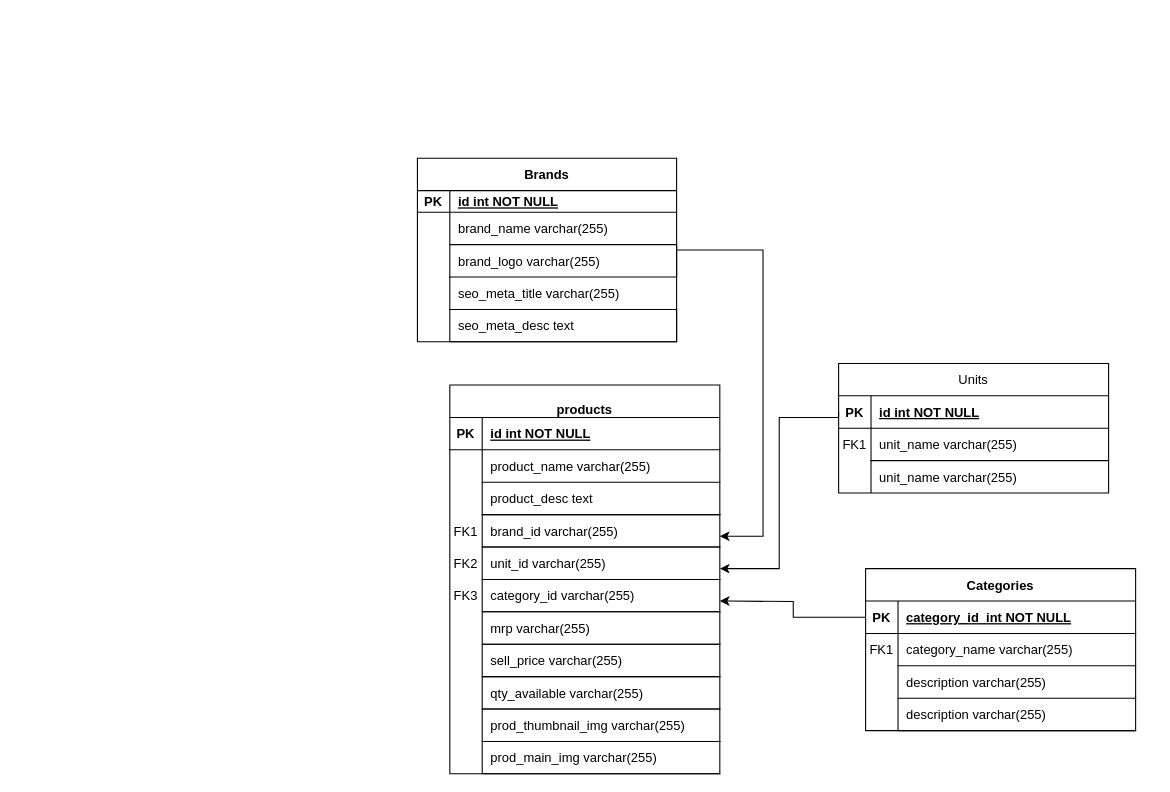
Before: database/migrations/Untitled Diagram.drawio in namanbairagi3/electro, a draw.io diagram. Source tidied: cells renumbered, new cells numbered last; positions are measured from the earlier drawing's top-left corner, leaving out a move shared by most shapes. Both pictures are drawn from the tidied source at 108%, with x=0, y=0 at pixel (417, 158).
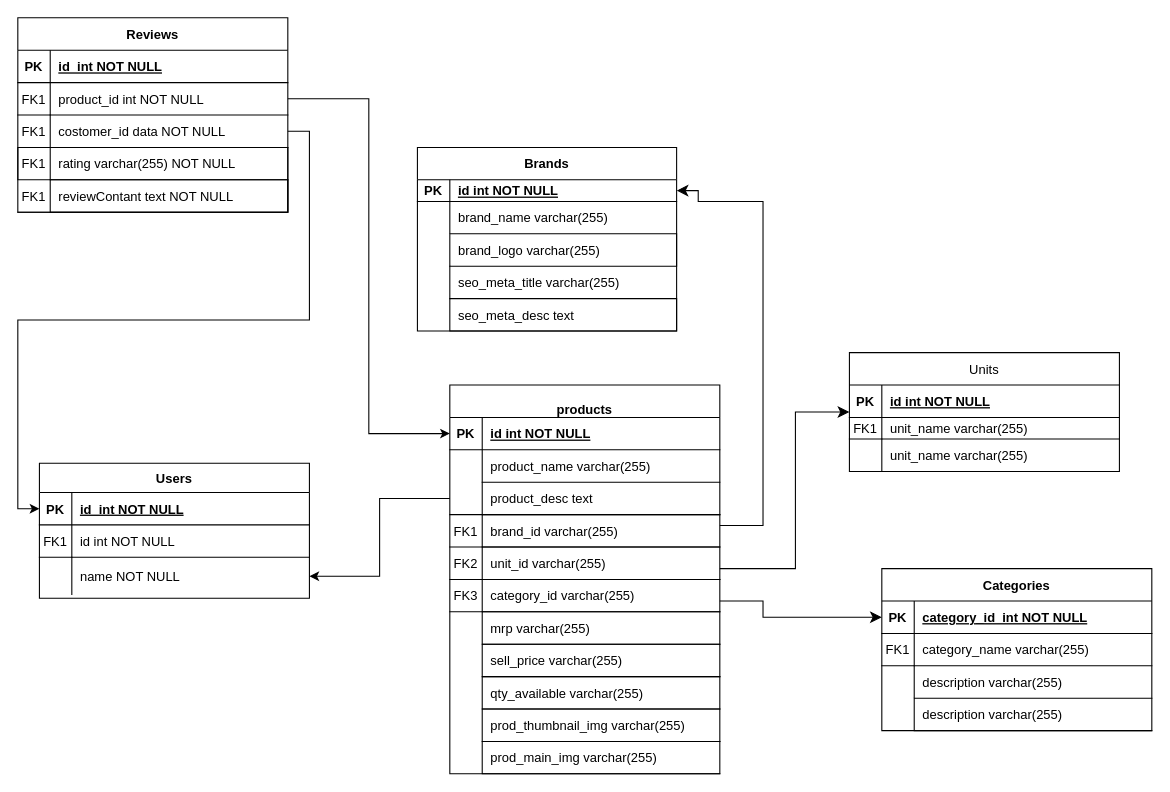
After the change.

Unchanged cells that the change refers to:
```xml
<mxCell id="3" style="shape=partialRectangle;fillColor=none;points=[[0,0.5],[1,0.5]];portConstraint=eastwest;top=0;left=0;right=0;bottom=1;" parent="2" vertex="1">
  <mxGeometry y="30" width="250" height="30" as="geometry" />
</mxCell>
<mxCell id="14" style="shape=partialRectangle;fillColor=none;points=[[0,0.5],[1,0.5]];portConstraint=eastwest;top=0;left=0;right=0;bottom=1;" parent="13" vertex="1">
  <mxGeometry y="30" width="240" height="20" as="geometry" />
</mxCell>
<mxCell id="21" style="shape=partialRectangle;fillColor=none;points=[[0,0.5],[1,0.5]];portConstraint=eastwest;top=0;left=0;right=0;bottom=1;" parent="20" vertex="1">
  <mxGeometry y="30" width="250" height="30" as="geometry" />
</mxCell>
<mxCell id="27" style="shape=partialRectangle;fillColor=none;points=[[0,0.5],[1,0.5]];portConstraint=eastwest;top=0;left=0;right=0;bottom=0;" parent="20" vertex="1">
  <mxGeometry y="90" width="250" height="30" as="geometry" />
</mxCell>
<mxCell id="43" style="shape=partialRectangle;fillColor=none;points=[[0,0.5],[1,0.5]];portConstraint=eastwest;top=0;left=0;right=0;bottom=1;" parent="42" vertex="1">
  <mxGeometry y="30" width="250" height="30" as="geometry" />
</mxCell>
<mxCell id="46" style="shape=partialRectangle;fillColor=none;top=0;left=0;right=0;bottom=0;" parent="42" vertex="1">
  <mxGeometry y="60" width="250" height="30" as="geometry" />
</mxCell>
```

Diff of the diagram source:
```diff
@@
     <mxCell id="2" value="Units" style="shape=table;startSize=30;childLayout=tableLayout;rowLines=0;fontStyle=0;align=center;" parent="1" vertex="1">
-      <mxGeometry x="390" y="190" width="250" height="120" as="geometry" />
+      <mxGeometry x="400" y="180" width="250" height="110" as="geometry" />
     </mxCell>
@@
     <mxCell id="6" style="shape=partialRectangle;fillColor=none;top=0;left=0;right=0;bottom=0;" parent="2" vertex="1">
-      <mxGeometry y="60" width="250" height="30" as="geometry" />
+      <mxGeometry y="60" width="250" height="20" as="geometry" />
     </mxCell>
-    <mxCell id="7" value="FK1" style="shape=partialRectangle;overflow=hidden;fillColor=none;top=0;left=0;bottom=0;right=0;" parent="6" vertex="1">
-      <mxGeometry width="30" height="30" as="geometry" />
+    <mxCell id="7" value="FK1" style="shape=partialRectangle;overflow=hidden;fillColor=none;top=0;left=0;bottom=1;right=0;" parent="6" vertex="1">
+      <mxGeometry width="30" height="20" as="geometry" />
     </mxCell>
     <mxCell id="8" value="unit_name varchar(255)" style="shape=partialRectangle;overflow=hidden;fillColor=none;top=0;left=0;bottom=0;right=0;align=left;spacingLeft=6;" parent="6" vertex="1">
-      <mxGeometry x="30" width="220" height="30" as="geometry" />
+      <mxGeometry x="30" width="220" height="20" as="geometry" />
     </mxCell>
     <mxCell id="9" style="shape=partialRectangle;fillColor=none;top=0;left=0;right=0;bottom=0;" parent="2" vertex="1">
-      <mxGeometry y="90" width="250" height="30" as="geometry" />
+      <mxGeometry y="80" width="250" height="30" as="geometry" />
     </mxCell>
@@
-    <mxCell id="12" style="edgeStyle=orthogonalEdgeStyle;rounded=0;jettySize=auto;html=1;" parent="1" edge="1" source="13">
-      <mxGeometry relative="1" as="geometry">
-        <mxPoint x="280" y="350" as="targetPoint" />
-        <Array as="points">
-          <mxPoint x="320" y="85" />
-          <mxPoint x="320" y="350" />
-        </Array>
-      </mxGeometry>
-    </mxCell>
     <mxCell id="13" value="Brands" style="shape=table;startSize=30;childLayout=tableLayout;rowLines=0;fontStyle=1;align=center;" parent="1" vertex="1">
-      <mxGeometry width="240" height="170" as="geometry" />
+      <mxGeometry y="-10" width="240" height="170" as="geometry" />
     </mxCell>
@@
     <mxCell id="30" value="brand_logo varchar(255)" style="shape=partialRectangle;overflow=hidden;fillColor=none;top=1;left=1;bottom=1;right=1;align=left;spacingLeft=6;" parent="1" vertex="1">
-      <mxGeometry x="30" y="80" width="210" height="30" as="geometry" />
+      <mxGeometry x="30" y="70" width="210" height="30" as="geometry" />
     </mxCell>
     <mxCell id="31" value="seo_meta_title varchar(255)" style="shape=partialRectangle;overflow=hidden;fillColor=none;top=0;left=1;bottom=0;right=0;align=left;spacingLeft=6;" parent="1" vertex="1">
-      <mxGeometry x="30" y="110" width="210" height="30" as="geometry" />
+      <mxGeometry x="30" y="100" width="210" height="30" as="geometry" />
     </mxCell>
     <mxCell id="32" value="seo_meta_desc text" style="shape=partialRectangle;overflow=hidden;fillColor=none;top=1;left=1;bottom=1;right=1;align=left;spacingLeft=6;" parent="1" vertex="1">
-      <mxGeometry x="30" y="140" width="210" height="30" as="geometry" />
+      <mxGeometry x="30" y="130" width="210" height="30" as="geometry" />
     </mxCell>
@@
-    <mxCell id="41" style="edgeStyle=orthogonalEdgeStyle;rounded=0;jettySize=auto;html=1;exitX=0;exitY=0.5;exitDx=0;exitDy=0;" parent="1" edge="1" source="43">
-      <mxGeometry relative="1" as="geometry">
-        <mxPoint x="280" y="410" as="targetPoint" />
-      </mxGeometry>
-    </mxCell>
+    <mxCell id="53" value="FK1" style="shape=partialRectangle;overflow=hidden;fillColor=none;top=1;left=0;bottom=1;right=0;" parent="1" vertex="1">
+      <mxGeometry x="30" y="330" width="30" height="30" as="geometry" />
+    </mxCell>
+    <mxCell id="54" value="FK2" style="shape=partialRectangle;overflow=hidden;fillColor=none;top=0;left=0;bottom=1;right=0;" parent="1" vertex="1">
+      <mxGeometry x="30" y="360" width="30" height="30" as="geometry" />
+    </mxCell>
+    <mxCell id="55" value="FK3" style="shape=partialRectangle;overflow=hidden;fillColor=none;top=0;left=0;bottom=1;right=0;" parent="1" vertex="1">
+      <mxGeometry x="30" y="390" width="30" height="30" as="geometry" />
+    </mxCell>
+    <mxCell id="57" style="edgeStyle=segmentEdgeStyle;endArrow=classic;html=1;curved=0;rounded=0;endSize=8;startSize=8;sourcePerimeterSpacing=0;targetPerimeterSpacing=0;" parent="1" edge="1" target="3">
+      <mxGeometry relative="1" as="geometry">
+        <mxPoint x="280" y="380" as="sourcePoint" />
+        <Array as="points">
+          <mxPoint x="350" y="380" />
+          <mxPoint x="350" y="235" />
+        </Array>
+      </mxGeometry>
+    </mxCell>
+    <mxCell id="58" style="edgeStyle=segmentEdgeStyle;endArrow=classic;html=1;curved=0;rounded=0;endSize=8;startSize=8;sourcePerimeterSpacing=0;targetPerimeterSpacing=0;entryX=0;entryY=0.5;entryDx=0;entryDy=0;" parent="1" edge="1" target="43">
+      <mxGeometry relative="1" as="geometry">
+        <mxPoint x="280" y="410" as="sourcePoint" />
+        <Array as="points">
+          <mxPoint x="320" y="410" />
+          <mxPoint x="320" y="425" />
+        </Array>
+      </mxGeometry>
+    </mxCell>
+    <mxCell id="59" style="edgeStyle=segmentEdgeStyle;endArrow=classic;html=1;curved=0;rounded=0;endSize=8;startSize=8;sourcePerimeterSpacing=0;targetPerimeterSpacing=0;entryX=1;entryY=0.5;entryDx=0;entryDy=0;" parent="1" edge="1" target="14">
+      <mxGeometry relative="1" as="geometry">
+        <mxPoint x="280" y="340" as="sourcePoint" />
+        <Array as="points">
+          <mxPoint x="320" y="340" />
+          <mxPoint x="320" y="40" />
+          <mxPoint x="260" y="40" />
+          <mxPoint x="260" y="30" />
+        </Array>
+      </mxGeometry>
+    </mxCell>
+    <mxCell id="60" value="Users" style="shape=table;startSize=27;childLayout=tableLayout;rowLines=0;fontStyle=1;align=center;" parent="1" vertex="1">
+      <mxGeometry x="-350" y="282.5" width="250" height="125" as="geometry" />
+    </mxCell>
+    <mxCell id="61" style="shape=partialRectangle;fillColor=none;points=[[0,0.5],[1,0.5]];portConstraint=eastwest;top=0;left=0;right=0;bottom=1;" parent="60" vertex="1">
+      <mxGeometry y="27" width="250" height="30" as="geometry" />
+    </mxCell>
+    <mxCell id="62" value="PK" style="shape=partialRectangle;overflow=hidden;fillColor=none;top=0;left=0;bottom=0;right=0;fontStyle=1;" parent="61" vertex="1">
+      <mxGeometry width="30" height="30" as="geometry" />
+    </mxCell>
+    <mxCell id="63" value="id  int NOT NULL " style="shape=partialRectangle;overflow=hidden;fillColor=none;top=0;left=0;bottom=0;right=0;align=left;spacingLeft=6;fontStyle=5;" parent="61" vertex="1">
+      <mxGeometry x="30" width="220" height="30" as="geometry" />
+    </mxCell>
+    <mxCell id="64" style="shape=partialRectangle;fillColor=none;top=0;left=0;right=0;bottom=0;" parent="60" vertex="1">
+      <mxGeometry y="57" width="250" height="30" as="geometry" />
+    </mxCell>
+    <mxCell id="65" value="FK1" style="shape=partialRectangle;overflow=hidden;fillColor=none;top=0;left=0;bottom=1;right=0;" parent="64" vertex="1">
+      <mxGeometry width="30" height="30" as="geometry" />
+    </mxCell>
+    <mxCell id="66" value="id int NOT NULL" style="shape=partialRectangle;overflow=hidden;fillColor=none;top=0;left=0;bottom=0;right=0;align=left;spacingLeft=6;" parent="64" vertex="1">
+      <mxGeometry x="30" width="220" height="30" as="geometry" />
+    </mxCell>
+    <mxCell id="67" style="shape=partialRectangle;fillColor=none;points=[[0,0.5],[1,0.5]];portConstraint=eastwest;top=0;left=0;right=0;bottom=0;" parent="60" vertex="1">
+      <mxGeometry y="87" width="250" height="35" as="geometry" />
+    </mxCell>
+    <mxCell id="68" style="shape=partialRectangle;overflow=hidden;fillColor=none;top=0;left=0;bottom=0;right=0;" parent="67" vertex="1">
+      <mxGeometry width="30" height="35" as="geometry" />
+    </mxCell>
+    <mxCell id="69" value="name NOT NULL" style="shape=partialRectangle;overflow=hidden;fillColor=none;top=1;left=0;bottom=0;right=0;align=left;spacingLeft=6;" parent="67" vertex="1">
+      <mxGeometry x="30" width="220" height="35" as="geometry" />
+    </mxCell>
+    <mxCell id="70" style="edgeStyle=orthogonalEdgeStyle;rounded=0;jettySize=auto;html=1;entryX=0;entryY=0.5;entryDx=0;entryDy=0;" parent="1" edge="1" source="88" target="61">
+      <mxGeometry relative="1" as="geometry" />
+    </mxCell>
+    <mxCell id="71" style="edgeStyle=orthogonalEdgeStyle;rounded=0;jettySize=auto;html=1;entryX=0;entryY=0.5;entryDx=0;entryDy=0;" parent="1" edge="1" source="85" target="21">
+      <mxGeometry relative="1" as="geometry" />
+    </mxCell>
+    <mxCell id="72" style="edgeStyle=orthogonalEdgeStyle;rounded=0;jettySize=auto;html=1;" parent="1" edge="1" source="27" target="67">
+      <mxGeometry relative="1" as="geometry" />
+    </mxCell>
+    <mxCell id="73" style="group;" parent="1" vertex="1">
+      <mxGeometry x="430" y="380" width="250" height="150" as="geometry" />
+    </mxCell>
-    <mxCell id="42" value="Categories" style="shape=table;startSize=30;childLayout=tableLayout;rowLines=0;fontStyle=1;align=center;" parent="1" vertex="1">
-      <mxGeometry x="415" y="380" width="250" height="150" as="geometry" />
+    <mxCell id="42" value="Categories" style="shape=table;startSize=30;childLayout=tableLayout;rowLines=0;fontStyle=1;align=center;" parent="73" vertex="1">
+      <mxGeometry width="250" height="150" as="geometry" />
     </mxCell>
@@
-    <mxCell id="47" value="FK1" style="shape=partialRectangle;overflow=hidden;fillColor=none;top=0;left=0;bottom=0;right=0;" parent="46" vertex="1">
+    <mxCell id="47" value="FK1" style="shape=partialRectangle;overflow=hidden;fillColor=none;top=0;left=0;bottom=1;right=0;" parent="46" vertex="1">
       <mxGeometry width="30" height="30" as="geometry" />
     </mxCell>
@@
-    <mxCell id="52" value="description varchar(255)" style="shape=partialRectangle;overflow=hidden;fillColor=none;top=1;left=1;bottom=1;right=0;align=left;spacingLeft=6;" parent="1" vertex="1">
-      <mxGeometry x="445" y="500" width="220" height="30" as="geometry" />
+    <mxCell id="52" value="description varchar(255)" style="shape=partialRectangle;overflow=hidden;fillColor=none;top=1;left=1;bottom=1;right=0;align=left;spacingLeft=6;" parent="73" vertex="1">
+      <mxGeometry x="30" y="120" width="220" height="30" as="geometry" />
     </mxCell>
-    <mxCell id="53" value="FK1" style="shape=partialRectangle;overflow=hidden;fillColor=none;top=0;left=0;bottom=0;right=0;" parent="1" vertex="1">
-      <mxGeometry x="30" y="330" width="30" height="30" as="geometry" />
-    </mxCell>
-    <mxCell id="54" value="FK2" style="shape=partialRectangle;overflow=hidden;fillColor=none;top=0;left=0;bottom=0;right=0;" parent="1" vertex="1">
-      <mxGeometry x="30" y="360" width="30" height="30" as="geometry" />
-    </mxCell>
-    <mxCell id="55" value="FK3" style="shape=partialRectangle;overflow=hidden;fillColor=none;top=0;left=0;bottom=0;right=0;" parent="1" vertex="1">
-      <mxGeometry x="30" y="390" width="30" height="30" as="geometry" />
-    </mxCell>
-    <mxCell id="56" style="edgeStyle=orthogonalEdgeStyle;rounded=0;jettySize=auto;html=1;exitX=0;exitY=0.5;exitDx=0;exitDy=0;" parent="1" edge="1" source="3">
-      <mxGeometry relative="1" as="geometry">
-        <mxPoint x="280" y="380" as="targetPoint" />
-        <Array as="points">
-          <mxPoint x="390" y="240" />
-          <mxPoint x="335" y="240" />
-          <mxPoint x="335" y="380" />
-        </Array>
-      </mxGeometry>
-    </mxCell>
+    <mxCell id="74" style="group;" parent="1" vertex="1">
+      <mxGeometry x="-370" y="-130" width="250" height="180" as="geometry" />
+    </mxCell>
+    <mxCell id="75" style="shape=partialRectangle;fillColor=none;top=1;left=1;right=1;bottom=1;" parent="74" vertex="1">
+      <mxGeometry y="120" width="250" height="30" as="geometry" />
+    </mxCell>
+    <mxCell id="76" value="FK1" style="shape=partialRectangle;overflow=hidden;fillColor=none;top=0;left=0;bottom=0;right=1;" parent="75" vertex="1">
+      <mxGeometry width="30" height="30" as="geometry" />
+    </mxCell>
+    <mxCell id="77" value="rating varchar(255) NOT NULL" style="shape=partialRectangle;overflow=hidden;fillColor=none;top=1;left=0;bottom=0;right=0;align=left;spacingLeft=6;" parent="75" vertex="1">
+      <mxGeometry x="30" width="220" height="30" as="geometry" />
+    </mxCell>
+    <mxCell id="78" style="shape=partialRectangle;fillColor=none;top=0;left=0;right=1;bottom=1;" parent="74" vertex="1">
+      <mxGeometry y="150" width="250" height="30" as="geometry" />
+    </mxCell>
+    <mxCell id="79" value="FK1" style="shape=partialRectangle;overflow=hidden;fillColor=none;top=0;left=0;bottom=0;right=0;" parent="78" vertex="1">
+      <mxGeometry width="30" height="30" as="geometry" />
+    </mxCell>
+    <mxCell id="80" value="reviewContant text NOT NULL" style="shape=partialRectangle;overflow=hidden;fillColor=none;top=1;left=1;bottom=1;right=1;align=left;spacingLeft=6;" parent="78" vertex="1">
+      <mxGeometry x="30" width="220" height="30" as="geometry" />
+    </mxCell>
+    <mxCell id="81" value="Reviews" style="shape=table;startSize=30;childLayout=tableLayout;rowLines=0;fontStyle=1;align=center;" parent="74" vertex="1">
+      <mxGeometry width="250" height="180" as="geometry" />
+    </mxCell>
+    <mxCell id="82" style="shape=partialRectangle;fillColor=none;top=0;left=0;right=0;bottom=1;" parent="81" vertex="1">
+      <mxGeometry y="30" width="250" height="30" as="geometry" />
+    </mxCell>
+    <mxCell id="83" value="PK" style="shape=partialRectangle;overflow=hidden;fillColor=none;top=0;left=0;bottom=0;right=0;fontStyle=1;" parent="82" vertex="1">
+      <mxGeometry width="30" height="30" as="geometry" />
+    </mxCell>
+    <mxCell id="84" value="id  int NOT NULL " style="shape=partialRectangle;overflow=hidden;fillColor=none;top=0;left=0;bottom=0;right=0;align=left;spacingLeft=6;fontStyle=5;" parent="82" vertex="1">
+      <mxGeometry x="30" width="220" height="30" as="geometry" />
+    </mxCell>
+    <mxCell id="85" style="shape=partialRectangle;fillColor=none;points=[[0,0.5],[1,0.5]];portConstraint=eastwest;top=0;left=0;right=0;bottom=0;" parent="81" vertex="1">
+      <mxGeometry y="60" width="250" height="30" as="geometry" />
+    </mxCell>
+    <mxCell id="86" value="FK1" style="shape=partialRectangle;overflow=hidden;fillColor=none;top=0;left=0;bottom=1;right=0;" parent="85" vertex="1">
+      <mxGeometry width="30" height="30" as="geometry" />
+    </mxCell>
+    <mxCell id="87" value="product_id int NOT NULL" style="shape=partialRectangle;overflow=hidden;fillColor=none;top=0;left=0;bottom=0;right=0;align=left;spacingLeft=6;" parent="85" vertex="1">
+      <mxGeometry x="30" width="220" height="30" as="geometry" />
+    </mxCell>
+    <mxCell id="88" style="shape=partialRectangle;fillColor=none;points=[[0,0.5],[1,0.5]];portConstraint=eastwest;top=0;left=0;right=0;bottom=0;" parent="81" vertex="1">
+      <mxGeometry y="90" width="250" height="30" as="geometry" />
+    </mxCell>
+    <mxCell id="89" value="FK1" style="shape=partialRectangle;overflow=hidden;fillColor=none;top=0;left=0;bottom=0;right=0;" parent="88" vertex="1">
+      <mxGeometry width="30" height="30" as="geometry" />
+    </mxCell>
+    <mxCell id="90" value="costomer_id data NOT NULL" style="shape=partialRectangle;overflow=hidden;fillColor=none;top=1;left=0;bottom=0;right=0;align=left;spacingLeft=6;" parent="88" vertex="1">
+      <mxGeometry x="30" width="220" height="30" as="geometry" />
+    </mxCell>
```
